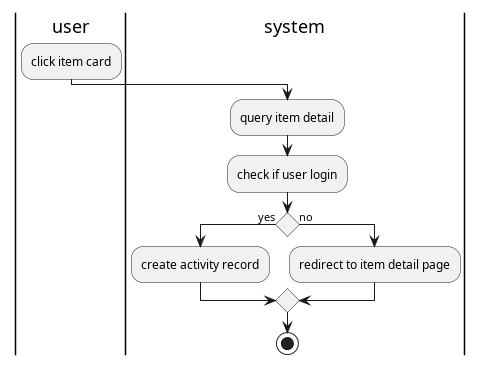
aldihsuhandi/skripsi-2023 keeps this PlantUML diagram as thesis/latex/diagram/activity diagram/10. see item detail/see item detail.png. Above is the earlier version.
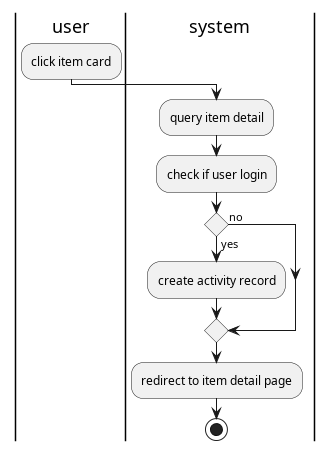
The same file after the commit.

Commit message:
fix activity diagram missing activity

Change to the diagram source:
```diff
@@ -5,9 +5,9 @@
 :query item detail;
 :check if user login;
 if () then (yes)
-:create activity record;
+    :create activity record;
 else (no)
-    :redirect to item detail page;
 endif
+:redirect to item detail page;
 stop
 @enduml
```
